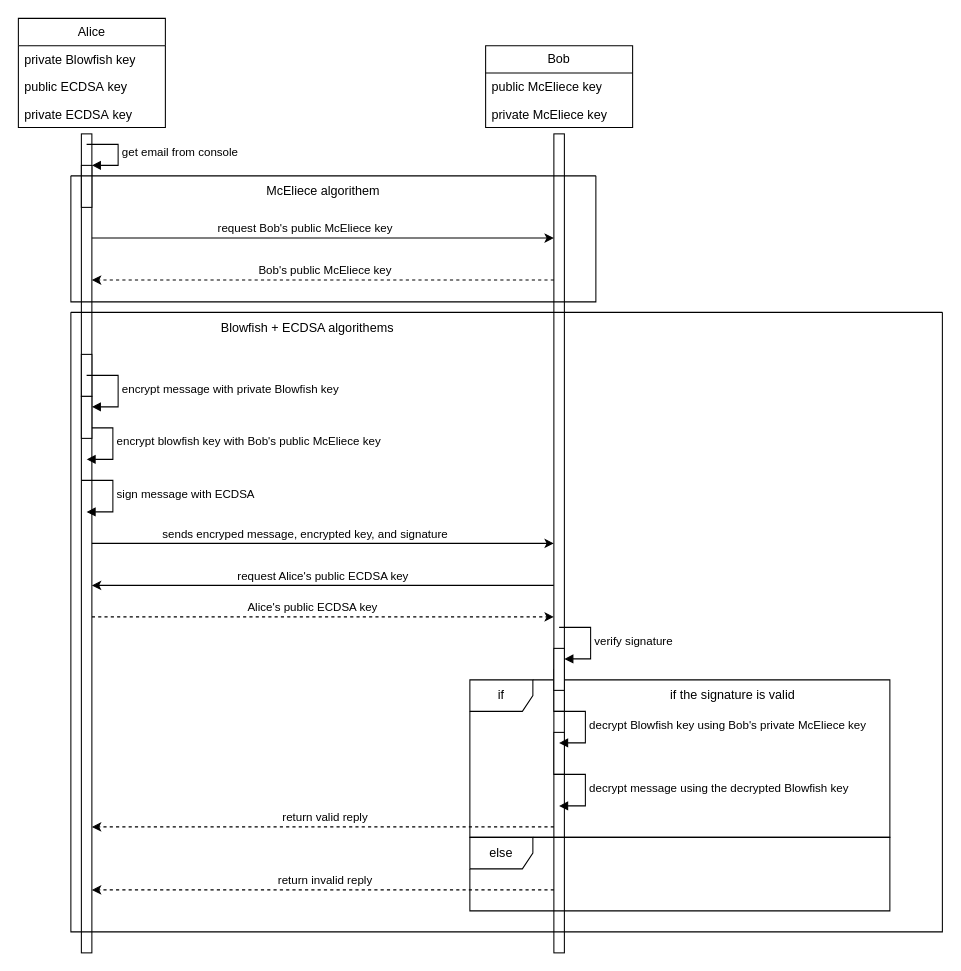
The draw.io diagram seqDiagram.drawio in ShlomiFridman/CryptoProject2025, before the edit. Source tidied: cells renumbered, new cells numbered last; positions are measured from the earlier drawing's top-left corner, leaving out a move shared by most shapes. Both pictures are drawn from the tidied source at 105%, with x=0, y=0 at pixel (18, 18).
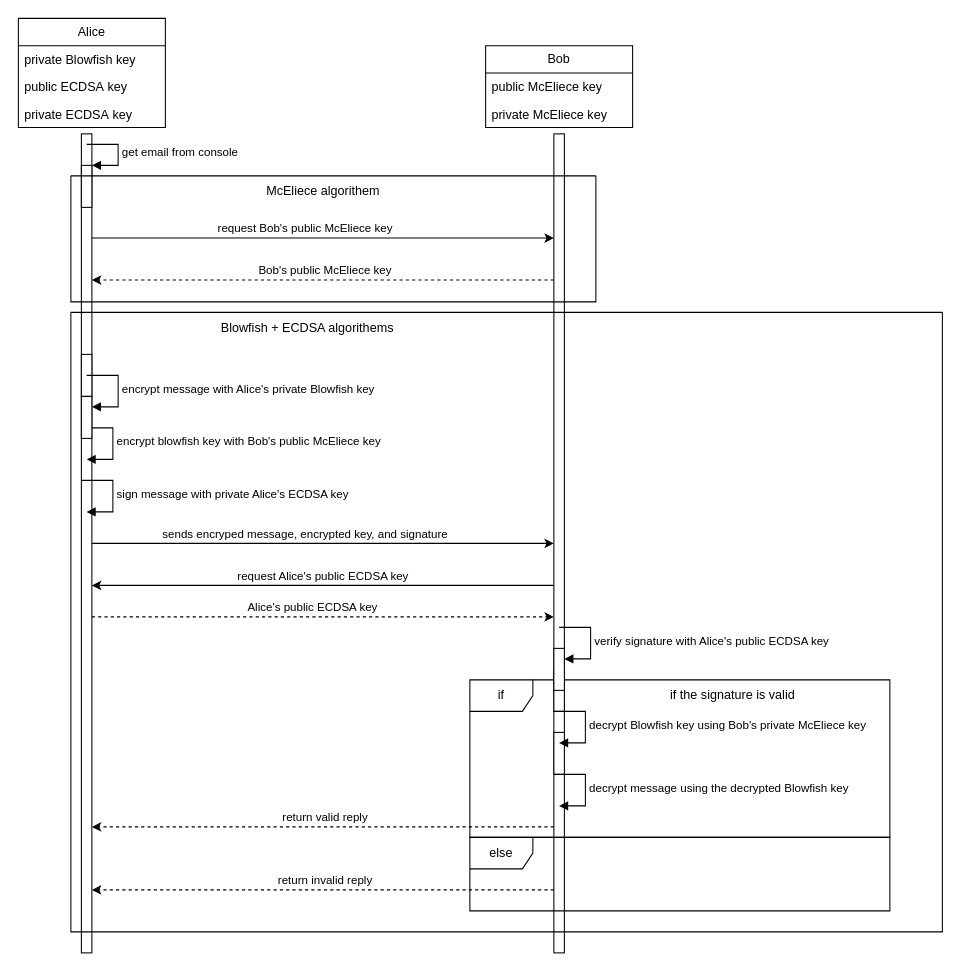
Above is the later version.

Commit message (it also covers changes not shown here):
updated the seq diagram

Unchanged cells that the change refers to:
```xml
<mxCell id="17" style="swimlane;startSize=0;" parent="1" vertex="1">
  <mxGeometry x="50" y="280" width="830" height="590" as="geometry" />
</mxCell>
<mxCell id="27" style="html=1;points=[[0,0,0,0,5],[0,1,0,0,-5],[1,0,0,0,5],[1,1,0,0,-5]];perimeter=orthogonalPerimeter;outlineConnect=0;targetShapes=umlLifeline;portConstraint=eastwest;newEdgeStyle={&quot;curved&quot;:0,&quot;rounded&quot;:0};" parent="17" vertex="1">
  <mxGeometry x="460" y="320" width="10" height="40" as="geometry" />
</mxCell>
<mxCell id="32" style="html=1;points=[[0,0,0,0,5],[0,1,0,0,-5],[1,0,0,0,5],[1,1,0,0,-5]];perimeter=orthogonalPerimeter;outlineConnect=0;targetShapes=umlLifeline;portConstraint=eastwest;newEdgeStyle={&quot;curved&quot;:0,&quot;rounded&quot;:0};" parent="1" vertex="1">
  <mxGeometry x="60" y="360" width="10" height="40" as="geometry" />
</mxCell>
```

The edit, as a diff of the source:
```diff
@@
-    <mxCell id="20" value="sign message with ECDSA" style="html=1;align=left;spacingLeft=2;endArrow=block;rounded=0;edgeStyle=orthogonalEdgeStyle;curved=0;rounded=0;" parent="17" edge="1">
+    <mxCell id="20" value="sign message with private Alice's ECDSA key" style="html=1;align=left;spacingLeft=2;endArrow=block;rounded=0;edgeStyle=orthogonalEdgeStyle;curved=0;rounded=0;" parent="17" edge="1">
       <mxGeometry relative="1" as="geometry">
         <mxPoint x="10" y="160" as="sourcePoint" />
         <mxPoint x="15" y="190" as="targetPoint" />
         <Array as="points">
           <mxPoint x="40" y="190" />
         </Array>
       </mxGeometry>
     </mxCell>
@@
-    <mxCell id="28" value="verify signature" style="html=1;align=left;spacingLeft=2;endArrow=block;rounded=0;edgeStyle=orthogonalEdgeStyle;curved=0;rounded=0;" parent="17" edge="1" target="27">
+    <mxCell id="28" value="verify signature with Alice's public ECDSA key" style="html=1;align=left;spacingLeft=2;endArrow=block;rounded=0;edgeStyle=orthogonalEdgeStyle;curved=0;rounded=0;" parent="17" edge="1" target="27">
       <mxGeometry x="0.01" relative="1" as="geometry">
         <mxPoint x="465" y="300" as="sourcePoint" />
         <Array as="points">
           <mxPoint x="495" y="330" />
         </Array>
       </mxGeometry>
     </mxCell>
@@
-    <mxCell id="33" value="encrypt message with private Blowfish key" style="html=1;align=left;spacingLeft=2;endArrow=block;rounded=0;edgeStyle=orthogonalEdgeStyle;curved=0;rounded=0;" parent="1" edge="1" target="32">
+    <mxCell id="33" value="encrypt message with Alice's private Blowfish key" style="html=1;align=left;spacingLeft=2;endArrow=block;rounded=0;edgeStyle=orthogonalEdgeStyle;curved=0;rounded=0;" parent="1" edge="1" target="32">
       <mxGeometry relative="1" as="geometry">
         <mxPoint x="65" y="340" as="sourcePoint" />
         <Array as="points">
           <mxPoint x="95" y="370" />
         </Array>
       </mxGeometry>
     </mxCell>
```
